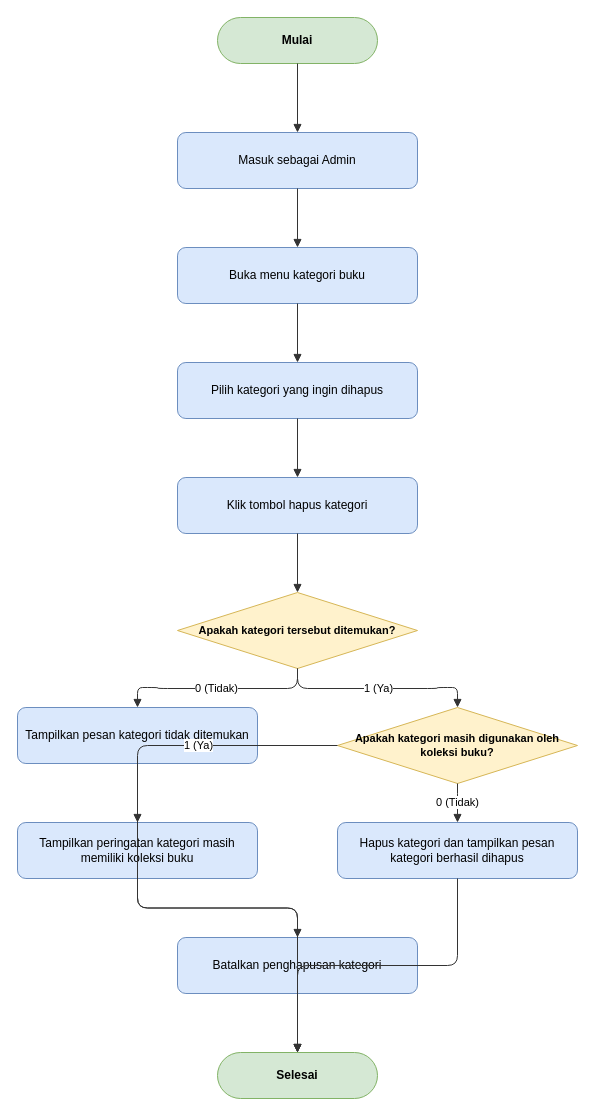
Before: docs/diagrams/flowchart/flowchart-deletecategory.drawio in dimstyle/ruang-baca, a draw.io diagram. Source tidied: cells renumbered, new cells numbered last; positions are measured from the earlier drawing's top-left corner, leaving out a move shared by most shapes. Both pictures are drawn from the tidied source at 100%, with x=0, y=0 at pixel (17, 17).
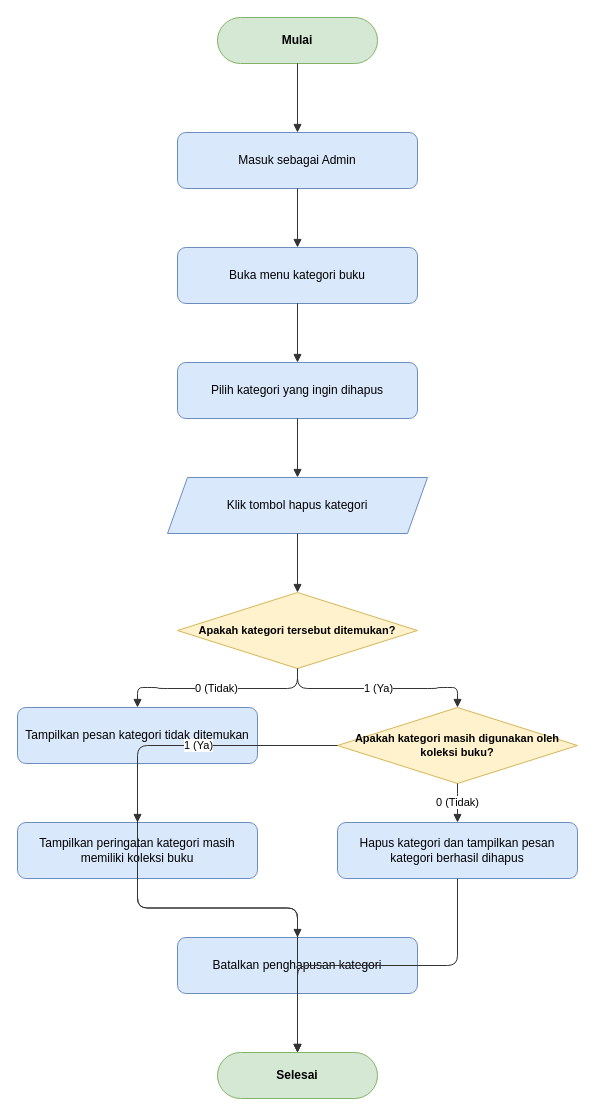
The same page after the edit.

Diff of the diagram source:
```diff
@@
-    <mxCell id="6" value="Klik tombol hapus kategori" style="rounded=1;whiteSpace=wrap;html=1;fillColor=#dae8fc;strokeColor=#6c8ebf;fontSize=12;" parent="1" vertex="1">
-      <mxGeometry x="160" y="460" width="240" height="56" as="geometry" />
+    <mxCell id="6" value="Klik tombol hapus kategori" style="shape=parallelogram;perimeter=parallelogramPerimeter;whiteSpace=wrap;html=1;fixedSize=1;fillColor=#dae8fc;strokeColor=#6c8ebf;fontSize=12;" parent="1" vertex="1">
+      <mxGeometry x="150" y="460" width="260" height="56" as="geometry" />
     </mxCell>
```
